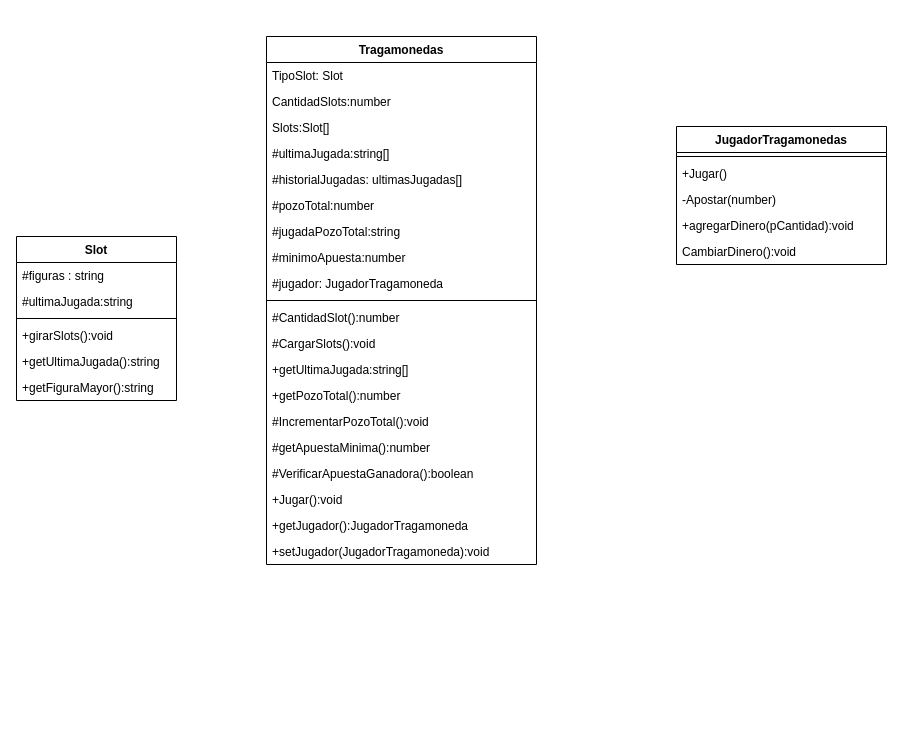
Above: page "TRAGAMONEDAS" (2 of 5) of MaquinaTragamonedas.drawio in gceballos23/Casino (draw.io), before the change. Source tidied: cells renumbered, new cells numbered last; positions are measured from the earlier drawing's top-left corner, leaving out a move shared by most shapes. Both pictures are drawn from the tidied source at 100%, with x=0, y=0 at pixel (16, 36).
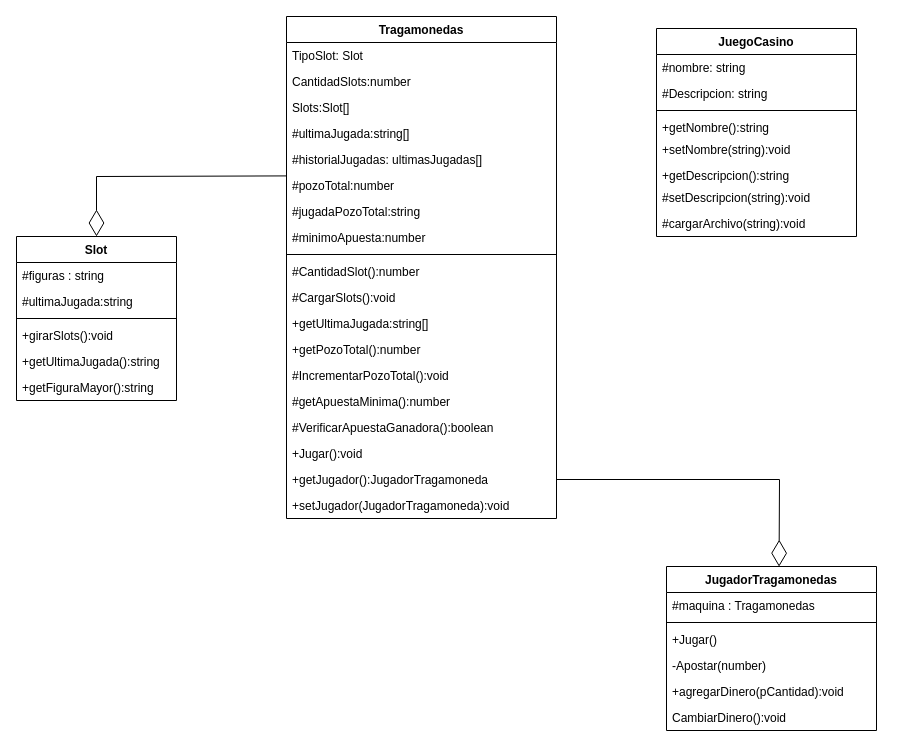
Above is the later version.

The change refers to these unchanged cells:
```xml
<mxCell id="2" value="Slot" style="swimlane;fontStyle=1;align=center;verticalAlign=top;horizontal=1;startSize=26;" parent="1" vertex="1">
  <mxGeometry y="200" width="160" height="164" as="geometry" />
</mxCell>
<mxCell id="15" value="#pozoTotal:number" style="text;strokeColor=none;fillColor=none;align=left;verticalAlign=top;spacingLeft=4;spacingRight=4;overflow=hidden;points=[[0,0.5],[1,0.5]];portConstraint=eastwest;" parent="9" vertex="1">
  <mxGeometry y="156" width="270" height="26" as="geometry" />
</mxCell>
```

Change to the diagram source:
```diff
@@
     <mxCell id="9" value="Tragamonedas" style="swimlane;fontStyle=1;align=center;verticalAlign=top;horizontal=1;startSize=26;" parent="1" vertex="1">
-      <mxGeometry x="250" width="270" height="528" as="geometry" />
+      <mxGeometry x="270" y="-20" width="270" height="502" as="geometry" />
     </mxCell>
@@
-    <mxCell id="18" value="#jugador: JugadorTragamoneda" style="text;strokeColor=none;fillColor=none;align=left;verticalAlign=top;spacingLeft=4;spacingRight=4;overflow=hidden;" parent="9" vertex="1">
-      <mxGeometry y="234" width="270" height="26" as="geometry" />
-    </mxCell>
     <mxCell id="19" style="line;strokeWidth=1;fillColor=none;align=left;verticalAlign=middle;spacingTop=-1;spacingLeft=3;spacingRight=3;labelPosition=right;strokeColor=inherit;" parent="9" vertex="1">
-      <mxGeometry y="260" width="270" height="8" as="geometry" />
+      <mxGeometry y="234" width="270" height="8" as="geometry" />
     </mxCell>
     <mxCell id="20" value="#CantidadSlot():number" style="text;strokeColor=none;fillColor=none;align=left;verticalAlign=top;spacingLeft=4;spacingRight=4;overflow=hidden;" parent="9" vertex="1">
-      <mxGeometry y="268" width="270" height="26" as="geometry" />
+      <mxGeometry y="242" width="270" height="26" as="geometry" />
     </mxCell>
     <mxCell id="21" value="#CargarSlots():void" style="text;strokeColor=none;fillColor=none;align=left;verticalAlign=top;spacingLeft=4;spacingRight=4;overflow=hidden;" parent="9" vertex="1">
-      <mxGeometry y="294" width="270" height="26" as="geometry" />
+      <mxGeometry y="268" width="270" height="26" as="geometry" />
     </mxCell>
     <mxCell id="22" value="+getUltimaJugada:string[]" style="text;strokeColor=none;fillColor=none;align=left;verticalAlign=top;spacingLeft=4;spacingRight=4;overflow=hidden;" parent="9" vertex="1">
-      <mxGeometry y="320" width="270" height="26" as="geometry" />
+      <mxGeometry y="294" width="270" height="26" as="geometry" />
     </mxCell>
     <mxCell id="23" value="+getPozoTotal():number" style="text;strokeColor=none;fillColor=none;align=left;verticalAlign=top;spacingLeft=4;spacingRight=4;overflow=hidden;" parent="9" vertex="1">
-      <mxGeometry y="346" width="270" height="26" as="geometry" />
+      <mxGeometry y="320" width="270" height="26" as="geometry" />
     </mxCell>
     <mxCell id="24" value="#IncrementarPozoTotal():void" style="text;strokeColor=none;fillColor=none;align=left;verticalAlign=top;spacingLeft=4;spacingRight=4;overflow=hidden;" parent="9" vertex="1">
-      <mxGeometry y="372" width="270" height="26" as="geometry" />
+      <mxGeometry y="346" width="270" height="26" as="geometry" />
     </mxCell>
     <mxCell id="25" value="#getApuestaMinima():number" style="text;strokeColor=none;fillColor=none;align=left;verticalAlign=top;spacingLeft=4;spacingRight=4;overflow=hidden;" parent="9" vertex="1">
-      <mxGeometry y="398" width="270" height="26" as="geometry" />
+      <mxGeometry y="372" width="270" height="26" as="geometry" />
     </mxCell>
     <mxCell id="26" value="#VerificarApuestaGanadora():boolean" style="text;strokeColor=none;fillColor=none;align=left;verticalAlign=top;spacingLeft=4;spacingRight=4;overflow=hidden;" parent="9" vertex="1">
-      <mxGeometry y="424" width="270" height="26" as="geometry" />
+      <mxGeometry y="398" width="270" height="26" as="geometry" />
     </mxCell>
     <mxCell id="27" value="+Jugar():void" style="text;strokeColor=none;fillColor=none;align=left;verticalAlign=top;spacingLeft=4;spacingRight=4;overflow=hidden;" parent="9" vertex="1">
-      <mxGeometry y="450" width="270" height="26" as="geometry" />
+      <mxGeometry y="424" width="270" height="26" as="geometry" />
     </mxCell>
     <mxCell id="28" value="+getJugador():JugadorTragamoneda" style="text;strokeColor=none;fillColor=none;align=left;verticalAlign=top;spacingLeft=4;spacingRight=4;overflow=hidden;points=[[0,0.5],[1,0.5]];portConstraint=eastwest;" parent="9" vertex="1">
-      <mxGeometry y="476" width="270" height="26" as="geometry" />
+      <mxGeometry y="450" width="270" height="26" as="geometry" />
     </mxCell>
     <mxCell id="29" value="+setJugador(JugadorTragamoneda):void" style="text;strokeColor=none;fillColor=none;align=left;verticalAlign=top;spacingLeft=4;spacingRight=4;overflow=hidden;" parent="9" vertex="1">
-      <mxGeometry y="502" width="270" height="26" as="geometry" />
+      <mxGeometry y="476" width="270" height="26" as="geometry" />
     </mxCell>
     <mxCell id="30" value="JugadorTragamonedas" style="swimlane;fontStyle=1;align=center;verticalAlign=top;horizontal=1;startSize=26;" parent="1" vertex="1">
-      <mxGeometry x="660" y="90" width="210" height="138" as="geometry" />
+      <mxGeometry x="650" y="530" width="210" height="164" as="geometry" />
     </mxCell>
+    <mxCell id="36" value="#maquina : Tragamonedas" style="text;strokeColor=none;fillColor=none;align=left;verticalAlign=top;spacingLeft=4;spacingRight=4;overflow=hidden;" parent="30" vertex="1">
+      <mxGeometry y="26" width="210" height="26" as="geometry" />
+    </mxCell>
     <mxCell id="31" style="line;strokeWidth=1;fillColor=none;align=left;verticalAlign=middle;spacingTop=-1;spacingLeft=3;spacingRight=3;labelPosition=right;strokeColor=inherit;" parent="30" vertex="1">
-      <mxGeometry y="26" width="210" height="8" as="geometry" />
+      <mxGeometry y="52" width="210" height="8" as="geometry" />
     </mxCell>
     <mxCell id="32" value="+Jugar()" style="text;strokeColor=none;fillColor=none;align=left;verticalAlign=top;spacingLeft=4;spacingRight=4;overflow=hidden;" parent="30" vertex="1">
-      <mxGeometry y="34" width="210" height="26" as="geometry" />
+      <mxGeometry y="60" width="210" height="26" as="geometry" />
     </mxCell>
     <mxCell id="33" value="-Apostar(number)" style="text;strokeColor=none;fillColor=none;align=left;verticalAlign=top;spacingLeft=4;spacingRight=4;overflow=hidden;" parent="30" vertex="1">
-      <mxGeometry y="60" width="210" height="26" as="geometry" />
+      <mxGeometry y="86" width="210" height="26" as="geometry" />
     </mxCell>
     <mxCell id="34" value="+agregarDinero(pCantidad):void" style="text;strokeColor=none;fillColor=none;align=left;verticalAlign=top;spacingLeft=4;spacingRight=4;overflow=hidden;" parent="30" vertex="1">
-      <mxGeometry y="86" width="210" height="26" as="geometry" />
+      <mxGeometry y="112" width="210" height="26" as="geometry" />
     </mxCell>
     <mxCell id="35" value="CambiarDinero():void" style="text;strokeColor=none;fillColor=none;align=left;verticalAlign=top;spacingLeft=4;spacingRight=4;overflow=hidden;" parent="30" vertex="1">
-      <mxGeometry y="112" width="210" height="26" as="geometry" />
+      <mxGeometry y="138" width="210" height="26" as="geometry" />
     </mxCell>
+    <mxCell id="37" style="endArrow=diamondThin;endFill=0;endSize=24;html=1;rounded=0;exitX=0.001;exitY=0.131;exitDx=0;exitDy=0;exitPerimeter=0;entryX=0.5;entryY=0;entryDx=0;entryDy=0;" parent="1" edge="1" source="15" target="2">
+      <mxGeometry relative="1" as="geometry">
+        <Array as="points">
+          <mxPoint x="80" y="140" />
+        </Array>
+      </mxGeometry>
+    </mxCell>
+    <mxCell id="38" style="endArrow=diamondThin;endFill=0;endSize=24;html=1;rounded=0;entryX=0.536;entryY=0.001;entryDx=0;entryDy=0;exitX=1;exitY=0.5;exitDx=0;exitDy=0;entryPerimeter=0;" parent="1" edge="1" source="28" target="30">
+      <mxGeometry relative="1" as="geometry">
+        <Array as="points">
+          <mxPoint x="763" y="443" />
+        </Array>
+      </mxGeometry>
+    </mxCell>
+    <mxCell id="39" value="JuegoCasino" style="swimlane;fontStyle=1;align=center;verticalAlign=top;horizontal=1;startSize=26;" parent="1" vertex="1">
+      <mxGeometry x="640" y="-8" width="200" height="208" as="geometry" />
+    </mxCell>
+    <mxCell id="40" value="#nombre: string" style="text;strokeColor=none;fillColor=none;align=left;verticalAlign=top;spacingLeft=4;spacingRight=4;overflow=hidden;" parent="39" vertex="1">
+      <mxGeometry y="26" width="200" height="26" as="geometry" />
+    </mxCell>
+    <mxCell id="41" value="#Descripcion: string" style="text;strokeColor=none;fillColor=none;align=left;verticalAlign=top;spacingLeft=4;spacingRight=4;overflow=hidden;" parent="39" vertex="1">
+      <mxGeometry y="52" width="200" height="26" as="geometry" />
+    </mxCell>
+    <mxCell id="42" style="line;strokeWidth=1;fillColor=none;align=left;verticalAlign=middle;spacingTop=-1;spacingLeft=3;spacingRight=3;labelPosition=right;strokeColor=inherit;" parent="39" vertex="1">
+      <mxGeometry y="78" width="200" height="8" as="geometry" />
+    </mxCell>
+    <mxCell id="43" value="+getNombre():string" style="text;strokeColor=none;fillColor=none;align=left;verticalAlign=top;spacingLeft=4;spacingRight=4;overflow=hidden;" parent="39" vertex="1">
+      <mxGeometry y="86" width="200" height="22" as="geometry" />
+    </mxCell>
+    <mxCell id="44" value="+setNombre(string):void" style="text;strokeColor=none;fillColor=none;align=left;verticalAlign=top;spacingLeft=4;spacingRight=4;overflow=hidden;" parent="39" vertex="1">
+      <mxGeometry y="108" width="200" height="26" as="geometry" />
+    </mxCell>
+    <mxCell id="45" value="+getDescripcion():string" style="text;strokeColor=none;fillColor=none;align=left;verticalAlign=top;spacingLeft=4;spacingRight=4;overflow=hidden;" parent="39" vertex="1">
+      <mxGeometry y="134" width="200" height="22" as="geometry" />
+    </mxCell>
+    <mxCell id="46" value="#setDescripcion(string):void" style="text;strokeColor=none;fillColor=none;align=left;verticalAlign=top;spacingLeft=4;spacingRight=4;overflow=hidden;" parent="39" vertex="1">
+      <mxGeometry y="156" width="200" height="26" as="geometry" />
+    </mxCell>
+    <mxCell id="47" value="#cargarArchivo(string):void" style="text;strokeColor=none;fillColor=none;align=left;verticalAlign=top;spacingLeft=4;spacingRight=4;overflow=hidden;" parent="39" vertex="1">
+      <mxGeometry y="182" width="200" height="26" as="geometry" />
+    </mxCell>
```
